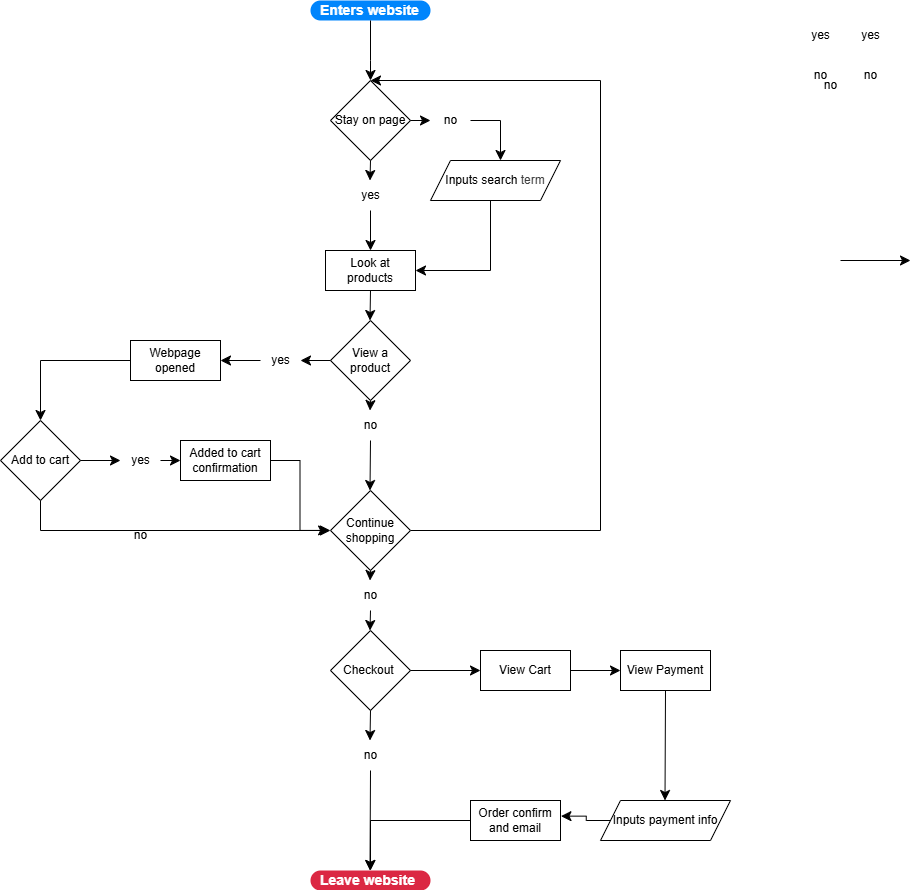
Before: explore/diagramming/diagram.drawio.png, a diagram exported from draw.io (arw008-droid/sp26-cse110-lab4). Source tidied: cells renumbered, new cells last; positions are measured from the earlier drawing's top-left corner, leaving out a move shared by most shapes.
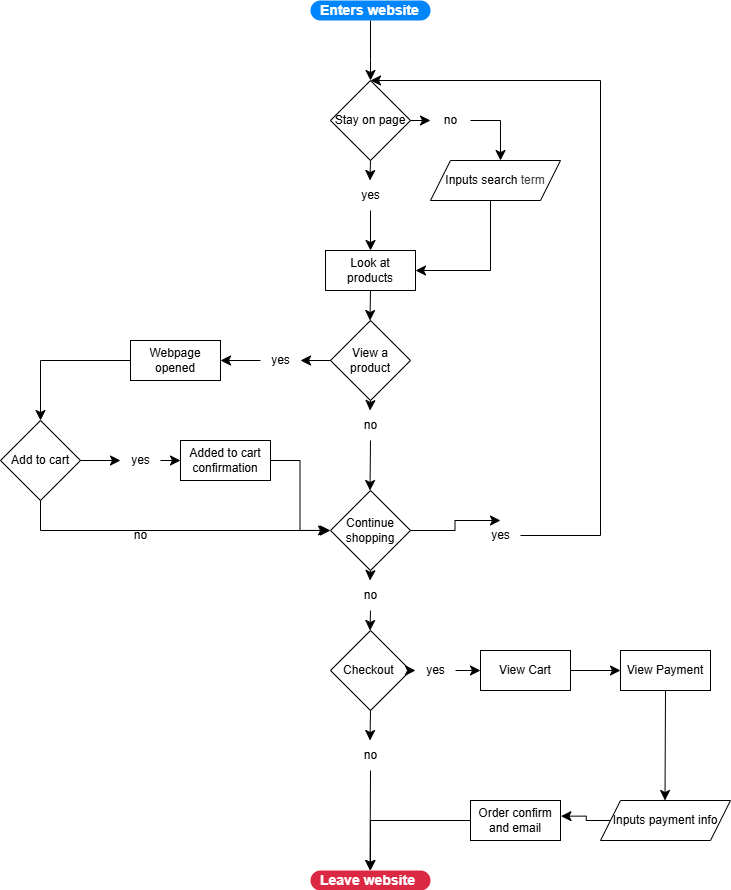
The same file after the commit.

What changed in the source:
```diff
@@ -40,7 +40,7 @@
     <mxCell id="8" style="edgeStyle=elbowEdgeStyle;elbow=horizontal;endArrow=classic;html=1;curved=0;rounded=0;endSize=8;startSize=8;exitX=0.5;exitY=1;exitDx=0;exitDy=0;entryX=0.5;entryY=0;entryDx=0;entryDy=0;" parent="1" edge="1" source="13" target="15">
       <mxGeometry relative="1" as="geometry" />
     </mxCell>
-    <mxCell id="9" style="edgeStyle=elbowEdgeStyle;elbow=horizontal;endArrow=classic;html=1;curved=0;rounded=0;endSize=8;startSize=8;exitX=1;exitY=0.5;exitDx=0;exitDy=0;entryX=0.5;entryY=0;entryDx=0;entryDy=0;" parent="1" edge="1" source="17" target="4">
+    <mxCell id="9" style="edgeStyle=elbowEdgeStyle;elbow=horizontal;endArrow=classic;html=1;curved=0;rounded=0;endSize=8;startSize=8;exitX=1;exitY=0.5;exitDx=0;exitDy=0;entryX=0.5;entryY=0;entryDx=0;entryDy=0;" parent="1" edge="1" source="20" target="4">
       <mxGeometry relative="1" as="geometry">
         <Array as="points">
           <mxPoint x="600" y="300" />
@@ -57,12 +57,6 @@
         </Array>
       </mxGeometry>
     </mxCell>
-    <mxCell id="12" style="edgeStyle=elbowEdgeStyle;elbow=horizontal;endArrow=classic;html=1;curved=0;rounded=0;endSize=8;startSize=8;" parent="1" edge="1">
-      <mxGeometry relative="1" as="geometry">
-        <mxPoint x="840" y="260" as="sourcePoint" />
-        <mxPoint x="910" y="260" as="targetPoint" />
-      </mxGeometry>
-    </mxCell>
     <mxCell id="13" value="Look at products" style="rounded=0;whiteSpace=wrap;html=1;" parent="1" vertex="1">
       <mxGeometry x="325" y="250" width="90" height="40" as="geometry" />
     </mxCell>
@@ -84,18 +78,6 @@
     <mxCell id="19" value="Leave website" style="rounded=1;whiteSpace=wrap;html=1;arcSize=50;strokeColor=none;strokeWidth=1;fillColor=#DB2843;fontColor=#FFFFFF;whiteSpace=wrap;align=left;verticalAlign=middle;spacingLeft=0;fontStyle=1;fontSize=14;spacing=10;" parent="1" vertex="1">
       <mxGeometry x="310" y="870" width="120" height="20" as="geometry" />
     </mxCell>
-    <mxCell id="20" value="yes" style="text;html=1;align=center;verticalAlign=middle;points=[];strokeColor=none;fillColor=none;" parent="1" vertex="1">
-      <mxGeometry x="800" y="20" width="40" height="30" as="geometry" />
-    </mxCell>
-    <mxCell id="21" value="yes" style="text;html=1;align=center;verticalAlign=middle;points=[];strokeColor=none;fillColor=none;" parent="1" vertex="1">
-      <mxGeometry x="850" y="20" width="40" height="30" as="geometry" />
-    </mxCell>
-    <mxCell id="22" value="no" style="text;html=1;align=center;verticalAlign=middle;strokeColor=none;fillColor=none;" parent="1" vertex="1">
-      <mxGeometry x="800" y="60" width="40" height="30" as="geometry" />
-    </mxCell>
-    <mxCell id="23" value="no" style="text;html=1;align=center;verticalAlign=middle;strokeColor=none;fillColor=none;" parent="1" vertex="1">
-      <mxGeometry x="850" y="60" width="40" height="30" as="geometry" />
-    </mxCell>
     <mxCell id="24" style="edgeStyle=elbowEdgeStyle;elbow=horizontal;endArrow=classic;html=1;curved=0;rounded=0;endSize=8;startSize=8;exitX=1;exitY=0.5;exitDx=0;exitDy=0;" parent="1" edge="1" source="4" target="25">
       <mxGeometry relative="1" as="geometry" />
     </mxCell>
@@ -171,9 +153,6 @@
     <mxCell id="45" style="edgeStyle=elbowEdgeStyle;elbow=horizontal;endArrow=classic;html=1;curved=0;rounded=0;endSize=8;startSize=8;exitX=1;exitY=0.5;exitDx=0;exitDy=0;entryX=-0.024;entryY=0.499;entryDx=0;entryDy=0;entryPerimeter=0;" parent="1" edge="1" source="41" target="17">
       <mxGeometry relative="1" as="geometry" />
     </mxCell>
-    <mxCell id="46" value="no" style="text;html=1;align=center;verticalAlign=middle;strokeColor=none;fillColor=none;" parent="1" vertex="1">
-      <mxGeometry x="810" y="70" width="40" height="30" as="geometry" />
-    </mxCell>
     <mxCell id="47" value="no" style="text;html=1;align=center;verticalAlign=middle;strokeColor=none;fillColor=none;" parent="1" vertex="1">
       <mxGeometry x="120" y="520" width="40" height="30" as="geometry" />
     </mxCell>
@@ -183,7 +162,7 @@
     <mxCell id="49" value="no" style="text;html=1;align=center;verticalAlign=middle;points=[];strokeColor=none;fillColor=none;" parent="1" vertex="1">
       <mxGeometry x="350" y="580" width="40" height="30" as="geometry" />
     </mxCell>
-    <mxCell id="50" style="edgeStyle=elbowEdgeStyle;elbow=horizontal;endArrow=classic;html=1;curved=0;rounded=0;endSize=8;startSize=8;exitX=1;exitY=0.5;exitDx=0;exitDy=0;entryX=0;entryY=0.5;entryDx=0;entryDy=0;" parent="1" edge="1" source="18" target="53">
+    <mxCell id="50" style="edgeStyle=elbowEdgeStyle;elbow=horizontal;endArrow=classic;html=1;curved=0;rounded=0;endSize=8;startSize=8;exitX=1;exitY=0.5;exitDx=0;exitDy=0;entryX=0;entryY=0.5;entryDx=0;entryDy=0;" parent="1" edge="1" source="21" target="53">
       <mxGeometry relative="1" as="geometry" />
     </mxCell>
     <mxCell id="51" value="Inputs payment info" style="shape=parallelogram;perimeter=parallelogramPerimeter;whiteSpace=wrap;html=1;fixedSize=1;" parent="1" vertex="1">
@@ -204,5 +183,17 @@
     <mxCell id="56" style="edgeStyle=elbowEdgeStyle;elbow=horizontal;endArrow=classic;html=1;curved=0;rounded=0;endSize=8;startSize=8;exitX=0.5;exitY=1;exitDx=0;exitDy=0;entryX=0.5;entryY=0;entryDx=0;entryDy=0;" parent="1" edge="1" source="52" target="51">
       <mxGeometry relative="1" as="geometry" />
     </mxCell>
+    <mxCell id="57" style="edgeStyle=elbowEdgeStyle;elbow=horizontal;endArrow=classic;html=1;curved=0;rounded=0;endSize=8;startSize=8;exitX=1;exitY=0.5;exitDx=0;exitDy=0;entryX=0.5;entryY=0;entryDx=0;entryDy=0;" parent="1" edge="1" source="17" target="20">
+      <mxGeometry relative="1" as="geometry" />
+    </mxCell>
+    <mxCell id="20" value="yes" style="text;html=1;align=center;verticalAlign=middle;points=[];strokeColor=none;fillColor=none;" parent="1" vertex="1">
+      <mxGeometry x="480" y="520" width="40" height="30" as="geometry" />
+    </mxCell>
+    <mxCell id="58" style="edgeStyle=elbowEdgeStyle;elbow=horizontal;endArrow=classic;html=1;curved=0;rounded=0;endSize=8;startSize=8;exitX=1;exitY=0.5;exitDx=0;exitDy=0;entryX=0;entryY=0.5;entryDx=0;entryDy=0;" parent="1" edge="1" source="18" target="21">
+      <mxGeometry relative="1" as="geometry" />
+    </mxCell>
+    <mxCell id="21" value="yes" style="text;html=1;align=center;verticalAlign=middle;points=[];strokeColor=none;fillColor=none;" parent="1" vertex="1">
+      <mxGeometry x="415" y="655" width="40" height="30" as="geometry" />
+    </mxCell>
   </root>
 </mxGraphModel>
```
